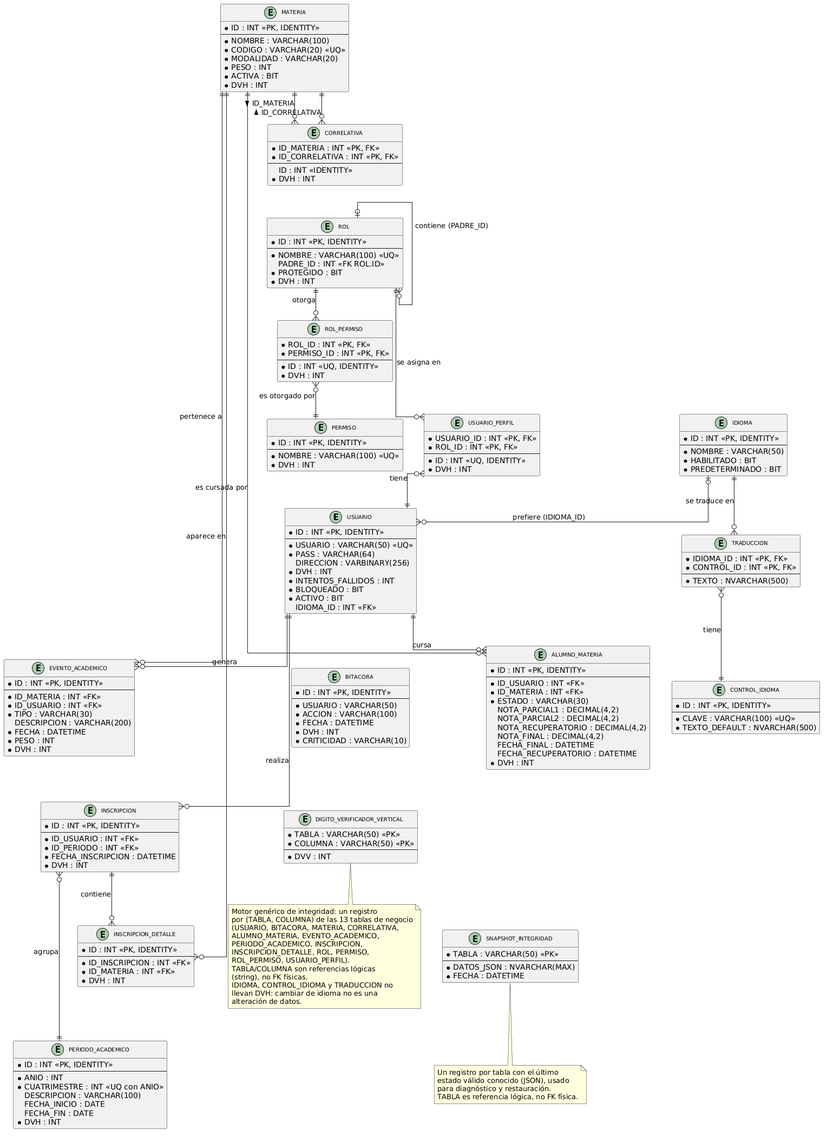
Above: DIAGRAMAS/DER.png in Urrels/tpDYAWeb (PlantUML), before the change.
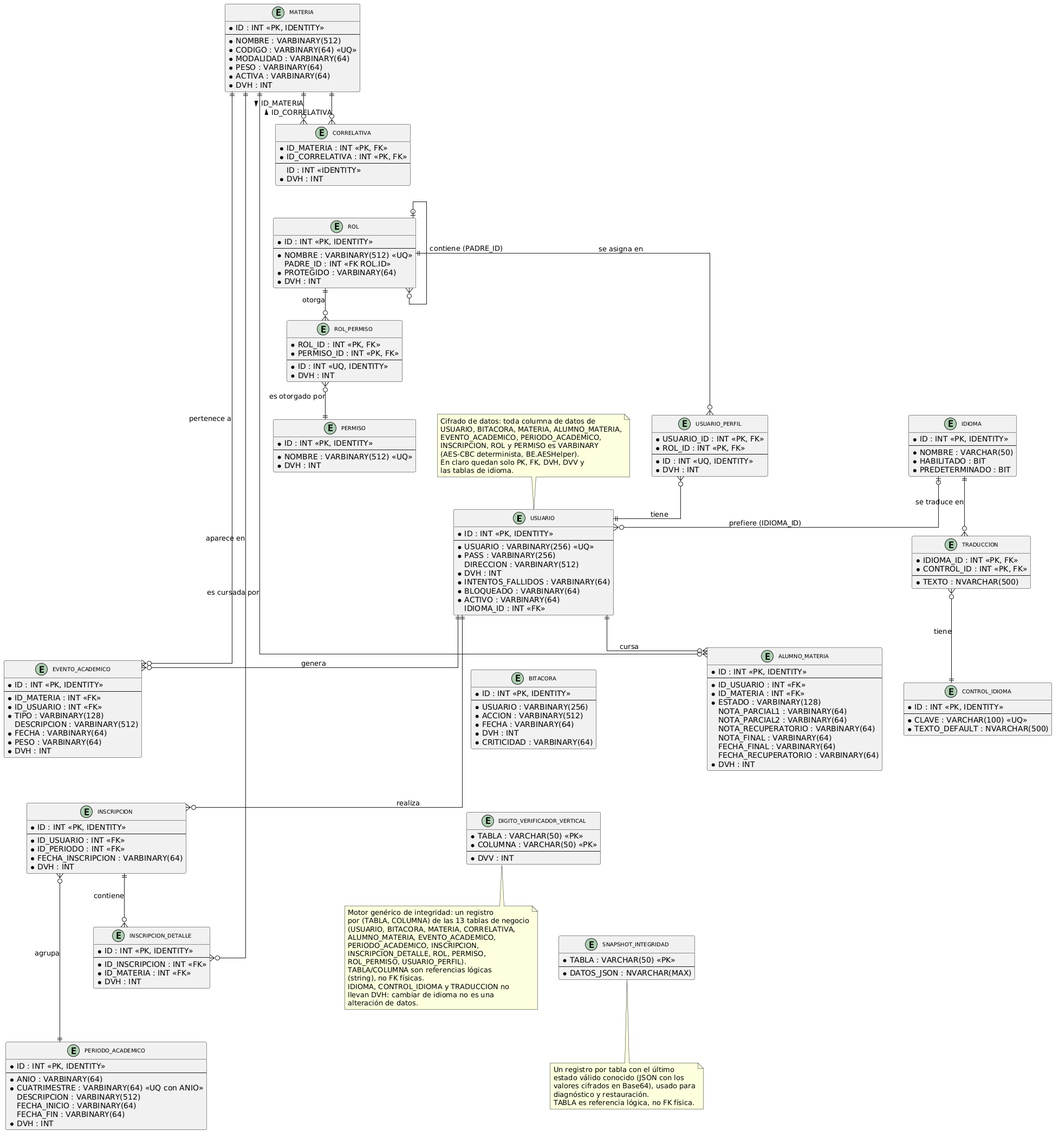
Later version of the same file.

The edit, as a diff of the source:
```diff
@@ -7,241 +7,214 @@
 skinparam linetype ortho
 skinparam ranksep 60
 skinparam nodesep 40
-
-
 entity "USUARIO" as USUARIO {
-  *ID : INT <<PK, IDENTITY>>
-  --
-  *USUARIO : VARCHAR(50) <<UQ>>
-  *PASS : VARCHAR(64)
-  DIRECCION : VARBINARY(256)
-  *DVH : INT
-  *INTENTOS_FALLIDOS : INT
-  *BLOQUEADO : BIT
-  *ACTIVO : BIT
-  IDIOMA_ID : INT <<FK>>
+*ID : INT <<PK, IDENTITY>>
+--
+*USUARIO : VARBINARY(256) <<UQ>>
+*PASS : VARBINARY(256)
+DIRECCION : VARBINARY(512)
+*DVH : INT
+*INTENTOS_FALLIDOS : VARBINARY(64)
+*BLOQUEADO : VARBINARY(64)
+*ACTIVO : VARBINARY(64)
+IDIOMA_ID : INT <<FK>>
 }
-
 entity "BITACORA" as BITACORA {
-  *ID : INT <<PK, IDENTITY>>
-  --
-  *USUARIO : VARCHAR(50)
-  *ACCION : VARCHAR(100)
-  *FECHA : DATETIME
-  *DVH : INT
-  *CRITICIDAD : VARCHAR(10)
+*ID : INT <<PK, IDENTITY>>
+--
+*USUARIO : VARBINARY(256)
+*ACCION : VARBINARY(512)
+*FECHA : VARBINARY(64)
+*DVH : INT
+*CRITICIDAD : VARBINARY(64)
 }
-
 entity "MATERIA" as MATERIA {
-  *ID : INT <<PK, IDENTITY>>
-  --
-  *NOMBRE : VARCHAR(100)
-  *CODIGO : VARCHAR(20) <<UQ>>
-  *MODALIDAD : VARCHAR(20)
-  *PESO : INT
-  *ACTIVA : BIT
-  *DVH : INT
+*ID : INT <<PK, IDENTITY>>
+--
+*NOMBRE : VARBINARY(512)
+*CODIGO : VARBINARY(64) <<UQ>>
+*MODALIDAD : VARBINARY(64)
+*PESO : VARBINARY(64)
+*ACTIVA : VARBINARY(64)
+*DVH : INT
 }
-
 entity "CORRELATIVA" as CORRELATIVA {
-  *ID_MATERIA : INT <<PK, FK>>
-  *ID_CORRELATIVA : INT <<PK, FK>>
-  --
-  ID : INT <<IDENTITY>>
-  *DVH : INT
+*ID_MATERIA : INT <<PK, FK>>
+*ID_CORRELATIVA : INT <<PK, FK>>
+--
+ID : INT <<IDENTITY>>
+*DVH : INT
 }
-
 entity "ALUMNO_MATERIA" as ALUMNO_MATERIA {
-  *ID : INT <<PK, IDENTITY>>
-  --
-  *ID_USUARIO : INT <<FK>>
-  *ID_MATERIA : INT <<FK>>
-  *ESTADO : VARCHAR(30)
-  NOTA_PARCIAL1 : DECIMAL(4,2)
-  NOTA_PARCIAL2 : DECIMAL(4,2)
-  NOTA_RECUPERATORIO : DECIMAL(4,2)
-  NOTA_FINAL : DECIMAL(4,2)
-  FECHA_FINAL : DATETIME
-  FECHA_RECUPERATORIO : DATETIME
-  *DVH : INT
+*ID : INT <<PK, IDENTITY>>
+--
+*ID_USUARIO : INT <<FK>>
+*ID_MATERIA : INT <<FK>>
+*ESTADO : VARBINARY(128)
+NOTA_PARCIAL1 : VARBINARY(64)
+NOTA_PARCIAL2 : VARBINARY(64)
+NOTA_RECUPERATORIO : VARBINARY(64)
+NOTA_FINAL : VARBINARY(64)
+FECHA_FINAL : VARBINARY(64)
+FECHA_RECUPERATORIO : VARBINARY(64)
+*DVH : INT
 }
-
 entity "EVENTO_ACADEMICO" as EVENTO_ACADEMICO {
-  *ID : INT <<PK, IDENTITY>>
-  --
-  *ID_MATERIA : INT <<FK>>
-  *ID_USUARIO : INT <<FK>>
-  *TIPO : VARCHAR(30)
-  DESCRIPCION : VARCHAR(200)
-  *FECHA : DATETIME
-  *PESO : INT
-  *DVH : INT
+*ID : INT <<PK, IDENTITY>>
+--
+*ID_MATERIA : INT <<FK>>
+*ID_USUARIO : INT <<FK>>
+*TIPO : VARBINARY(128)
+DESCRIPCION : VARBINARY(512)
+*FECHA : VARBINARY(64)
+*PESO : VARBINARY(64)
+*DVH : INT
 }
-
 entity "PERIODO_ACADEMICO" as PERIODO_ACADEMICO {
-  *ID : INT <<PK, IDENTITY>>
-  --
-  *ANIO : INT
-  *CUATRIMESTRE : INT <<UQ con ANIO>>
-  DESCRIPCION : VARCHAR(100)
-  FECHA_INICIO : DATE
-  FECHA_FIN : DATE
-  *DVH : INT
+*ID : INT <<PK, IDENTITY>>
+--
+*ANIO : VARBINARY(64)
+*CUATRIMESTRE : VARBINARY(64) <<UQ con ANIO>>
+DESCRIPCION : VARBINARY(512)
+FECHA_INICIO : VARBINARY(64)
+FECHA_FIN : VARBINARY(64)
+*DVH : INT
 }
-
 entity "INSCRIPCION" as INSCRIPCION {
-  *ID : INT <<PK, IDENTITY>>
-  --
-  *ID_USUARIO : INT <<FK>>
-  *ID_PERIODO : INT <<FK>>
-  *FECHA_INSCRIPCION : DATETIME
-  *DVH : INT
+*ID : INT <<PK, IDENTITY>>
+--
+*ID_USUARIO : INT <<FK>>
+*ID_PERIODO : INT <<FK>>
+*FECHA_INSCRIPCION : VARBINARY(64)
+*DVH : INT
 }
-
 entity "INSCRIPCION_DETALLE" as INSCRIPCION_DETALLE {
-  *ID : INT <<PK, IDENTITY>>
-  --
-  *ID_INSCRIPCION : INT <<FK>>
-  *ID_MATERIA : INT <<FK>>
-  *DVH : INT
+*ID : INT <<PK, IDENTITY>>
+--
+*ID_INSCRIPCION : INT <<FK>>
+*ID_MATERIA : INT <<FK>>
+*DVH : INT
 }
-
 entity "ROL" as ROL {
-  *ID : INT <<PK, IDENTITY>>
-  --
-  *NOMBRE : VARCHAR(100) <<UQ>>
-  PADRE_ID : INT <<FK ROL.ID>>
-  *PROTEGIDO : BIT
-  *DVH : INT
+*ID : INT <<PK, IDENTITY>>
+--
+*NOMBRE : VARBINARY(512) <<UQ>>
+PADRE_ID : INT <<FK ROL.ID>>
+*PROTEGIDO : VARBINARY(64)
+*DVH : INT
 }
-
 entity "PERMISO" as PERMISO {
-  *ID : INT <<PK, IDENTITY>>
-  --
-  *NOMBRE : VARCHAR(100) <<UQ>>
-  *DVH : INT
+*ID : INT <<PK, IDENTITY>>
+--
+*NOMBRE : VARBINARY(512) <<UQ>>
+*DVH : INT
 }
-
 entity "ROL_PERMISO" as ROL_PERMISO {
-  *ROL_ID : INT <<PK, FK>>
-  *PERMISO_ID : INT <<PK, FK>>
-  --
-  *ID : INT <<UQ, IDENTITY>>
-  *DVH : INT
+*ROL_ID : INT <<PK, FK>>
+*PERMISO_ID : INT <<PK, FK>>
+--
+*ID : INT <<UQ, IDENTITY>>
+*DVH : INT
 }
-
 entity "USUARIO_PERFIL" as USUARIO_PERFIL {
-  *USUARIO_ID : INT <<PK, FK>>
-  *ROL_ID : INT <<PK, FK>>
-  --
-  *ID : INT <<UQ, IDENTITY>>
-  *DVH : INT
+*USUARIO_ID : INT <<PK, FK>>
+*ROL_ID : INT <<PK, FK>>
+--
+*ID : INT <<UQ, IDENTITY>>
+*DVH : INT
 }
-
 entity "IDIOMA" as IDIOMA {
-  *ID : INT <<PK, IDENTITY>>
-  --
-  *NOMBRE : VARCHAR(50)
-  *HABILITADO : BIT
-  *PREDETERMINADO : BIT
+*ID : INT <<PK, IDENTITY>>
+--
+*NOMBRE : VARCHAR(50)
+*HABILITADO : BIT
+*PREDETERMINADO : BIT
 }
-
 entity "CONTROL_IDIOMA" as CONTROL_IDIOMA {
-  *ID : INT <<PK, IDENTITY>>
-  --
-  *CLAVE : VARCHAR(100) <<UQ>>
-  *TEXTO_DEFAULT : NVARCHAR(500)
+*ID : INT <<PK, IDENTITY>>
+--
+*CLAVE : VARCHAR(100) <<UQ>>
+*TEXTO_DEFAULT : NVARCHAR(500)
 }
-
 entity "TRADUCCION" as TRADUCCION {
-  *IDIOMA_ID : INT <<PK, FK>>
-  *CONTROL_ID : INT <<PK, FK>>
-  --
-  *TEXTO : NVARCHAR(500)
+*IDIOMA_ID : INT <<PK, FK>>
+*CONTROL_ID : INT <<PK, FK>>
+--
+*TEXTO : NVARCHAR(500)
 }
-
 entity "DIGITO_VERIFICADOR_VERTICAL" as DVV {
-  *TABLA : VARCHAR(50) <<PK>>
-  *COLUMNA : VARCHAR(50) <<PK>>
-  --
-  *DVV : INT
+*TABLA : VARCHAR(50) <<PK>>
+*COLUMNA : VARCHAR(50) <<PK>>
+--
+*DVV : INT
 }
-
 entity "SNAPSHOT_INTEGRIDAD" as SNAPSHOT {
-  *TABLA : VARCHAR(50) <<PK>>
-  --
-  *DATOS_JSON : NVARCHAR(MAX)
-  *FECHA : DATETIME
+*TABLA : VARCHAR(50) <<PK>>
+--
+*DATOS_JSON : NVARCHAR(MAX)
 }
-
+note top of USUARIO
+Cifrado de datos: toda columna de datos de
+USUARIO, BITACORA, MATERIA, ALUMNO_MATERIA,
+EVENTO_ACADEMICO, PERIODO_ACADEMICO,
+INSCRIPCION, ROL y PERMISO es VARBINARY
+(AES-CBC determinista, BE.AESHelper).
+En claro quedan solo PK, FK, DVH, DVV y
+las tablas de idioma.
+end note
 note bottom of DVV
-  Motor genérico de integridad: un registro
-  por (TABLA, COLUMNA) de las 13 tablas de negocio
-  (USUARIO, BITACORA, MATERIA, CORRELATIVA,
-  ALUMNO_MATERIA, EVENTO_ACADEMICO,
-  PERIODO_ACADEMICO, INSCRIPCION,
-  INSCRIPCION_DETALLE, ROL, PERMISO,
-  ROL_PERMISO, USUARIO_PERFIL).
-  TABLA/COLUMNA son referencias lógicas
-  (string), no FK físicas.
-  IDIOMA, CONTROL_IDIOMA y TRADUCCION no
-  llevan DVH: cambiar de idioma no es una
-  alteración de datos.
+Motor genérico de integridad: un registro
+por (TABLA, COLUMNA) de las 13 tablas de negocio
+(USUARIO, BITACORA, MATERIA, CORRELATIVA,
+ALUMNO_MATERIA, EVENTO_ACADEMICO,
+PERIODO_ACADEMICO, INSCRIPCION,
+INSCRIPCION_DETALLE, ROL, PERMISO,
+ROL_PERMISO, USUARIO_PERFIL).
+TABLA/COLUMNA son referencias lógicas
+(string), no FK físicas.
+IDIOMA, CONTROL_IDIOMA y TRADUCCION no
+llevan DVH: cambiar de idioma no es una
+alteración de datos.
 end note
-
 note bottom of SNAPSHOT
-  Un registro por tabla con el último
-  estado válido conocido (JSON), usado
-  para diagnóstico y restauración.
-  TABLA es referencia lógica, no FK física.
+Un registro por tabla con el último
+estado válido conocido (JSON con los
+valores cifrados en Base64), usado para
+diagnóstico y restauración.
+TABLA es referencia lógica, no FK física.
 end note
-
-
 USUARIO         ||--o{    ALUMNO_MATERIA      : "cursa"
 MATERIA         ||--o{    ALUMNO_MATERIA      : "es cursada por"
-
 USUARIO         ||--o{    EVENTO_ACADEMICO    : "genera"
 MATERIA         ||--o{    EVENTO_ACADEMICO    : "pertenece a"
-
 MATERIA         ||--o{    CORRELATIVA         : "ID_MATERIA >"
 MATERIA         ||--o{    CORRELATIVA         : "< ID_CORRELATIVA"
-
 USUARIO         ||--o{    INSCRIPCION         : "realiza"
 PERIODO_ACADEMICO ||--o{  INSCRIPCION         : "agrupa"
-
 INSCRIPCION     ||--o{    INSCRIPCION_DETALLE : "contiene"
 MATERIA         ||--o{    INSCRIPCION_DETALLE : "aparece en"
-
 ROL             |o--o{    ROL                 : "contiene (PADRE_ID)"
 ROL             ||--o{    ROL_PERMISO         : "otorga"
 PERMISO         ||--o{    ROL_PERMISO         : "es otorgado por"
 USUARIO         ||--o{    USUARIO_PERFIL      : "tiene"
 ROL             ||--o{    USUARIO_PERFIL      : "se asigna en"
-
 IDIOMA          |o--o{    USUARIO             : "prefiere (IDIOMA_ID)"
 IDIOMA          ||--o{    TRADUCCION          : "se traduce en"
 CONTROL_IDIOMA  ||--o{    TRADUCCION          : "tiene"
-
 USUARIO    -[hidden]down-> BITACORA
-
 USUARIO    -[hidden]right-> MATERIA
-
 MATERIA         -[hidden]down-> ALUMNO_MATERIA
 ALUMNO_MATERIA  -[hidden]down-> CORRELATIVA
-
 MATERIA              -[hidden]right-> EVENTO_ACADEMICO
 EVENTO_ACADEMICO     -[hidden]down-> INSCRIPCION
 INSCRIPCION          -[hidden]down-> INSCRIPCION_DETALLE
 INSCRIPCION_DETALLE  -[hidden]down-> PERIODO_ACADEMICO
-
 BITACORA   -[hidden]down-> DVV
 DVV        -[hidden]down-> SNAPSHOT
-
 CORRELATIVA      -[hidden]down-> ROL
 ROL              -[hidden]down-> ROL_PERMISO
 ROL_PERMISO      -[hidden]down-> PERMISO
 PERMISO          -[hidden]right-> USUARIO_PERFIL
-
 USUARIO_PERFIL   -[hidden]right-> IDIOMA
 IDIOMA           -[hidden]down-> TRADUCCION
 TRADUCCION       -[hidden]down-> CONTROL_IDIOMA
```
